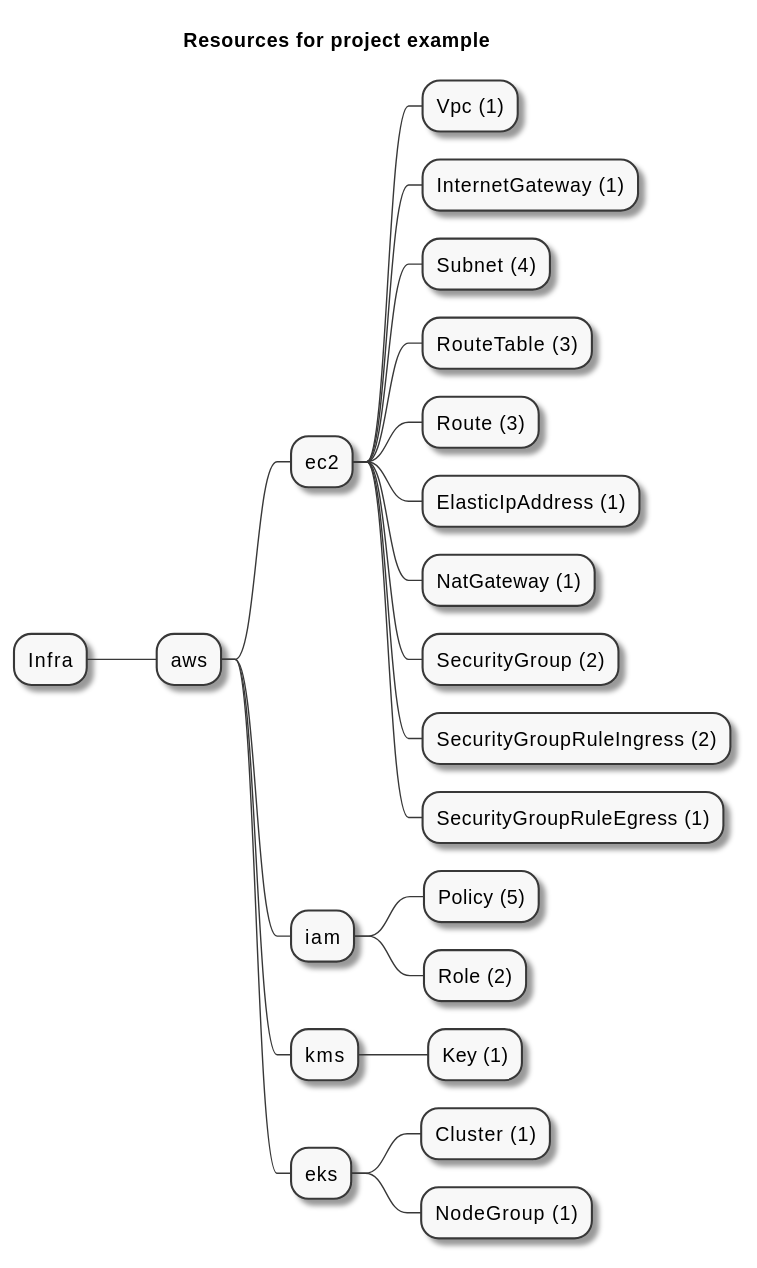
Before: artifacts/resources-mindmap.svg, a diagram exported from PlantUML (FredericHeem/gcp-infra-gen). The source it was exported from:
```plantuml
@startmindmap
title Resources for project example
skinparam monochrome true
+ Infra
++ aws
+++ ec2
++++ Vpc (1)
++++ InternetGateway (1)
++++ Subnet (4)
++++ RouteTable (3)
++++ Route (3)
++++ ElasticIpAddress (1)
++++ NatGateway (1)
++++ SecurityGroup (2)
++++ SecurityGroupRuleIngress (2)
++++ SecurityGroupRuleEgress (1)
+++ iam
++++ Policy (5)
++++ Role (2)
+++ kms
++++ Key (1)
+++ eks
++++ Cluster (1)
++++ NodeGroup (1)
@endmindmap
```
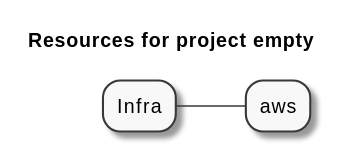
The same diagram one commit later.

The edit, as a diff of the source:
```diff
@@ -1,25 +1,7 @@
 @startmindmap
-title Resources for project example
+title Resources for project empty
 skinparam monochrome true
 + Infra
 ++ aws
-+++ ec2
-++++ Vpc (1)
-++++ InternetGateway (1)
-++++ Subnet (4)
-++++ RouteTable (3)
-++++ Route (3)
-++++ ElasticIpAddress (1)
-++++ NatGateway (1)
-++++ SecurityGroup (2)
-++++ SecurityGroupRuleIngress (2)
-++++ SecurityGroupRuleEgress (1)
-+++ iam
-++++ Policy (5)
-++++ Role (2)
-+++ kms
-++++ Key (1)
-+++ eks
-++++ Cluster (1)
-++++ NodeGroup (1)
+
 @endmindmap
```
